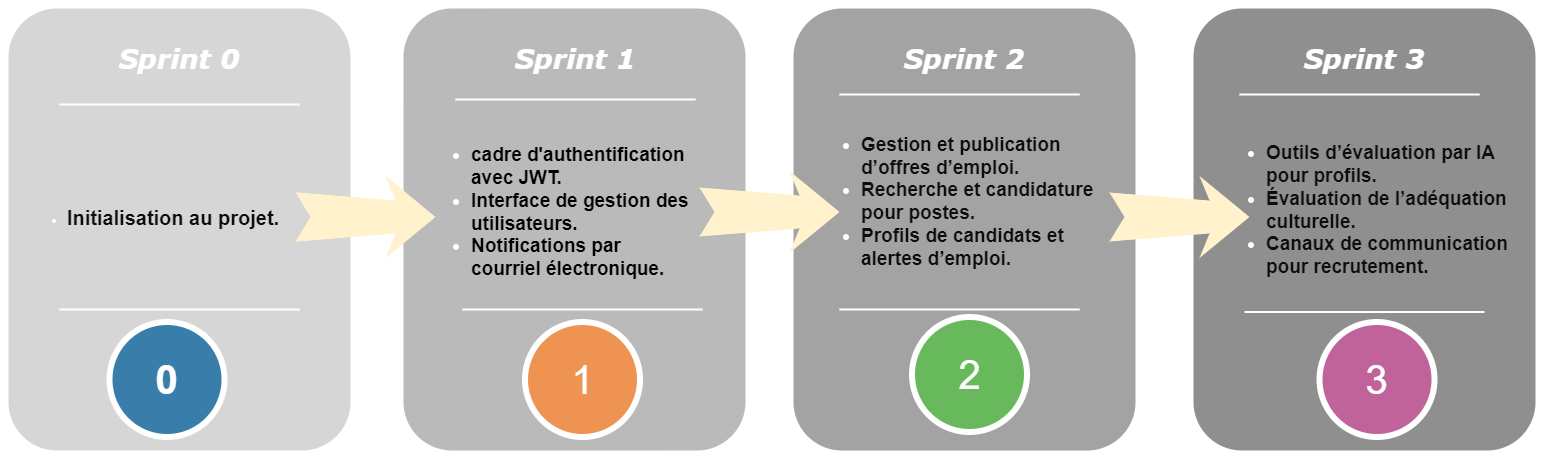
This is sprints.png from chirine1/-project, a draw.io export, as it was before one commit. Source tidied: cells renumbered, new cells last; positions are measured from the earlier drawing's top-left corner, leaving out a move shared by most shapes. Source of this version:
```xml
<mxGraphModel>
  <root>
    <mxCell id="0" />
    <mxCell id="1" parent="0" />
    <mxCell id="2" style="whiteSpace=wrap;html=1;rounded=1;shadow=0;strokeWidth=8;fontSize=20;align=center;fillColor=#D6D6D6;strokeColor=#FFFFFF;" parent="1" vertex="1">
      <mxGeometry width="350" height="450" as="geometry" />
    </mxCell>
    <mxCell id="3" value="&lt;blockquote&gt;&lt;font face=&quot;Verdana&quot;&gt;&lt;i&gt;Sprint 0&lt;/i&gt;&lt;/font&gt;&lt;/blockquote&gt;" style="text;html=1;strokeColor=none;fillColor=none;align=center;verticalAlign=middle;whiteSpace=wrap;rounded=0;shadow=0;fontSize=27;fontColor=#FFFFFF;fontStyle=1;" parent="1" vertex="1">
      <mxGeometry x="35" y="25" width="280" height="60" as="geometry" />
    </mxCell>
    <mxCell id="4" value="&lt;ul&gt;&lt;li&gt;&lt;span style=&quot;background-color: initial;&quot;&gt;&lt;font color=&quot;#0d0d0d&quot; style=&quot;font-size: 20px;&quot;&gt;&lt;b&gt;Initialisation au projet.&lt;/b&gt;&lt;/font&gt;&lt;/span&gt;&lt;/li&gt;&lt;/ul&gt;" style="text;html=1;strokeColor=none;fillColor=none;align=center;verticalAlign=middle;whiteSpace=wrap;rounded=0;shadow=0;fontSize=14;fontColor=#FFFFFF;" parent="1" vertex="1">
      <mxGeometry x="16" y="180" width="266" height="65" as="geometry" />
    </mxCell>
    <mxCell id="5" style="line;strokeWidth=2;html=1;rounded=0;shadow=0;fontSize=27;align=center;fillColor=none;strokeColor=#FFFFFF;" parent="1" vertex="1">
      <mxGeometry x="55" y="95" width="240" height="10" as="geometry" />
    </mxCell>
    <mxCell id="6" style="line;strokeWidth=2;html=1;rounded=0;shadow=0;fontSize=27;align=center;fillColor=none;strokeColor=#FFFFFF;" parent="1" vertex="1">
      <mxGeometry x="55" y="300" width="240" height="10" as="geometry" />
    </mxCell>
    <mxCell id="7" style="whiteSpace=wrap;html=1;rounded=1;shadow=0;strokeWidth=8;fontSize=20;align=center;fillColor=#BABABA;strokeColor=#FFFFFF;" parent="1" vertex="1">
      <mxGeometry x="395" width="350" height="450" as="geometry" />
    </mxCell>
    <mxCell id="8" value="&lt;font face=&quot;Verdana&quot;&gt;&lt;i&gt;Sprint 1&lt;/i&gt;&lt;/font&gt;" style="text;html=1;strokeColor=none;fillColor=none;align=center;verticalAlign=middle;whiteSpace=wrap;rounded=0;shadow=0;fontSize=27;fontColor=#FFFFFF;fontStyle=1;" parent="1" vertex="1">
      <mxGeometry x="458" y="20" width="226" height="70" as="geometry" />
    </mxCell>
    <mxCell id="9" value="&lt;div style=&quot;font-size: 19px;&quot;&gt;&lt;ul&gt;&lt;li&gt;&lt;font style=&quot;font-size: 19px;&quot; color=&quot;#030000&quot;&gt;&lt;b&gt;cadre d'authentification avec JWT.&lt;/b&gt;&lt;/font&gt;&lt;/li&gt;&lt;li&gt;&lt;font style=&quot;font-size: 19px;&quot; color=&quot;#030000&quot;&gt;&lt;b&gt;Interface de gestion des utilisateurs.&lt;/b&gt;&lt;/font&gt;&lt;/li&gt;&lt;li&gt;&lt;font style=&quot;font-size: 19px;&quot; color=&quot;#030000&quot;&gt;&lt;b&gt;Notifications par courriel électronique.&lt;/b&gt;&lt;/font&gt;&lt;/li&gt;&lt;/ul&gt;&lt;/div&gt;" style="text;html=1;strokeColor=none;fillColor=none;align=left;verticalAlign=middle;whiteSpace=wrap;rounded=0;shadow=0;fontSize=14;fontColor=#FFFFFF;" parent="1" vertex="1">
      <mxGeometry x="425" y="112.5" width="266" height="190" as="geometry" />
    </mxCell>
    <mxCell id="10" style="line;strokeWidth=2;html=1;rounded=0;shadow=0;fontSize=27;align=center;fillColor=none;strokeColor=#FFFFFF;" parent="1" vertex="1">
      <mxGeometry x="451" y="90" width="240" height="10" as="geometry" />
    </mxCell>
    <mxCell id="11" style="line;strokeWidth=2;html=1;rounded=0;shadow=0;fontSize=27;align=center;fillColor=none;strokeColor=#FFFFFF;" parent="1" vertex="1">
      <mxGeometry x="458" y="300" width="240" height="10" as="geometry" />
    </mxCell>
    <mxCell id="12" value="&lt;h1&gt;&lt;font style=&quot;font-size: 40px;&quot;&gt;0&lt;/font&gt;&lt;/h1&gt;" style="ellipse;whiteSpace=wrap;html=1;rounded=0;shadow=0;strokeWidth=6;fontSize=14;align=center;fillColor=#397DAA;strokeColor=#FFFFFF;fontColor=#FFFFFF;" parent="1" vertex="1">
      <mxGeometry x="105" y="317.5" width="115" height="115" as="geometry" />
    </mxCell>
    <mxCell id="13" style="html=1;shadow=0;dashed=0;align=center;verticalAlign=middle;shape=mxgraph.arrows2.stylisedArrow;dy=0.6;dx=40;notch=15;feather=0.4;rounded=0;strokeWidth=1;fontSize=27;strokeColor=none;fillColor=#fff2cc;" parent="1" vertex="1">
      <mxGeometry x="291" y="171.2" width="140" height="82.5" as="geometry" />
    </mxCell>
    <mxCell id="14" style="whiteSpace=wrap;html=1;rounded=1;shadow=0;strokeWidth=8;fontSize=20;align=center;fillColor=#A3A3A3;strokeColor=#FFFFFF;" parent="1" vertex="1">
      <mxGeometry x="785" width="350" height="450" as="geometry" />
    </mxCell>
    <mxCell id="15" value="&lt;font face=&quot;Verdana&quot;&gt;&lt;i&gt;Sprint 2&lt;/i&gt;&lt;/font&gt;" style="text;html=1;strokeColor=none;fillColor=none;align=center;verticalAlign=middle;whiteSpace=wrap;rounded=0;shadow=0;fontSize=27;fontColor=#FFFFFF;fontStyle=1;" parent="1" vertex="1">
      <mxGeometry x="820" y="25" width="280" height="60" as="geometry" />
    </mxCell>
    <mxCell id="16" value="&lt;div style=&quot;font-size: 19px;&quot;&gt;&lt;ul&gt;&lt;li&gt;&lt;b style=&quot;color: rgb(13, 13, 13); background-color: initial;&quot;&gt;Gestion et publication d’offres d’emploi.&lt;/b&gt;&lt;/li&gt;&lt;li&gt;&lt;font color=&quot;#0d0d0d&quot; style=&quot;font-size: 19px;&quot;&gt;&lt;b&gt;Recherche et candidature pour postes.&lt;/b&gt;&lt;/font&gt;&lt;/li&gt;&lt;li&gt;&lt;font color=&quot;#0d0d0d&quot; style=&quot;font-size: 19px;&quot;&gt;&lt;b&gt;Profils de candidats et alertes d’emploi.&lt;/b&gt;&lt;/font&gt;&lt;/li&gt;&lt;/ul&gt;&lt;/div&gt;&lt;div style=&quot;font-size: 19px;&quot;&gt;&lt;br&gt;&lt;/div&gt;" style="text;html=1;strokeColor=none;fillColor=none;align=left;verticalAlign=middle;whiteSpace=wrap;rounded=0;shadow=0;fontSize=14;fontColor=#FFFFFF;" parent="1" vertex="1">
      <mxGeometry x="815" y="132.5" width="300" height="152.5" as="geometry" />
    </mxCell>
    <mxCell id="17" style="line;strokeWidth=2;html=1;rounded=0;shadow=0;fontSize=27;align=center;fillColor=none;strokeColor=#FFFFFF;" parent="1" vertex="1">
      <mxGeometry x="835" y="85" width="240" height="10" as="geometry" />
    </mxCell>
    <mxCell id="18" style="line;strokeWidth=2;html=1;rounded=0;shadow=0;fontSize=27;align=center;fillColor=none;strokeColor=#FFFFFF;" parent="1" vertex="1">
      <mxGeometry x="835" y="300" width="240" height="10" as="geometry" />
    </mxCell>
    <mxCell id="19" value="&lt;font style=&quot;font-size: 40px;&quot;&gt;1&lt;/font&gt;" style="ellipse;whiteSpace=wrap;html=1;rounded=0;shadow=0;strokeWidth=6;fontSize=14;align=center;fillColor=#EF9353;strokeColor=#FFFFFF;fontColor=#FFFFFF;" parent="1" vertex="1">
      <mxGeometry x="520.5" y="317.5" width="115" height="115" as="geometry" />
    </mxCell>
    <mxCell id="20" style="html=1;shadow=0;dashed=0;align=center;verticalAlign=middle;shape=mxgraph.arrows2.stylisedArrow;dy=0.6;dx=40;notch=15;feather=0.4;rounded=0;strokeWidth=1;fontSize=27;strokeColor=none;fillColor=#fff2cc;" parent="1" vertex="1">
      <mxGeometry x="695" y="166.5" width="140" height="82" as="geometry" />
    </mxCell>
    <mxCell id="21" style="whiteSpace=wrap;html=1;rounded=1;shadow=0;strokeWidth=8;fontSize=20;align=center;fillColor=#8F8F8F;strokeColor=#FFFFFF;" parent="1" vertex="1">
      <mxGeometry x="1185" width="350" height="450" as="geometry" />
    </mxCell>
    <mxCell id="22" value="&lt;font face=&quot;Verdana&quot;&gt;&lt;i&gt;Sprint 3&lt;/i&gt;&lt;/font&gt;" style="text;html=1;strokeColor=none;fillColor=none;align=center;verticalAlign=middle;whiteSpace=wrap;rounded=0;shadow=0;fontSize=27;fontColor=#FFFFFF;fontStyle=1;" parent="1" vertex="1">
      <mxGeometry x="1220" y="25" width="280" height="60" as="geometry" />
    </mxCell>
    <mxCell id="23" value="&lt;div style=&quot;font-size: 19px;&quot;&gt;&lt;ul&gt;&lt;li&gt;&lt;font color=&quot;#0d0d0d&quot; style=&quot;font-size: 19px;&quot;&gt;&lt;b&gt;Outils d’évaluation par IA pour profils.&lt;/b&gt;&lt;/font&gt;&lt;/li&gt;&lt;li&gt;&lt;font color=&quot;#0d0d0d&quot; style=&quot;font-size: 19px;&quot;&gt;&lt;b&gt;Évaluation de l’adéquation culturelle.&lt;/b&gt;&lt;/font&gt;&lt;/li&gt;&lt;li&gt;&lt;font color=&quot;#0d0d0d&quot; style=&quot;font-size: 19px;&quot;&gt;&lt;b&gt;Canaux de communication pour recrutement.&lt;/b&gt;&lt;/font&gt;&lt;/li&gt;&lt;/ul&gt;&lt;/div&gt;" style="text;html=1;strokeColor=none;fillColor=none;align=left;verticalAlign=middle;whiteSpace=wrap;rounded=0;shadow=0;fontSize=14;fontColor=#FFFFFF;" parent="1" vertex="1">
      <mxGeometry x="1220" y="83.8" width="290" height="245" as="geometry" />
    </mxCell>
    <mxCell id="24" style="line;strokeWidth=2;html=1;rounded=0;shadow=0;fontSize=27;align=center;fillColor=none;strokeColor=#FFFFFF;" parent="1" vertex="1">
      <mxGeometry x="1235" y="85" width="240" height="10" as="geometry" />
    </mxCell>
    <mxCell id="25" style="line;strokeWidth=2;html=1;rounded=0;shadow=0;fontSize=27;align=center;fillColor=none;strokeColor=#FFFFFF;" parent="1" vertex="1">
      <mxGeometry x="1240" y="302.5" width="240" height="10" as="geometry" />
    </mxCell>
    <mxCell id="26" value="&lt;font style=&quot;font-size: 40px;&quot;&gt;2&lt;/font&gt;" style="ellipse;whiteSpace=wrap;html=1;rounded=0;shadow=0;strokeWidth=6;fontSize=14;align=center;fillColor=#68B85C;strokeColor=#FFFFFF;fontColor=#FFFFFF;" parent="1" vertex="1">
      <mxGeometry x="907.5" y="312.5" width="115" height="115" as="geometry" />
    </mxCell>
    <mxCell id="27" style="html=1;shadow=0;dashed=0;align=center;verticalAlign=middle;shape=mxgraph.arrows2.stylisedArrow;dy=0.6;dx=40;notch=15;feather=0.4;rounded=0;strokeWidth=1;fontSize=27;strokeColor=none;fillColor=#fff2cc;" parent="1" vertex="1">
      <mxGeometry x="1105" y="171.5" width="140" height="82" as="geometry" />
    </mxCell>
    <mxCell id="28" value="&lt;font style=&quot;font-size: 40px;&quot;&gt;3&lt;/font&gt;" style="ellipse;whiteSpace=wrap;html=1;rounded=0;shadow=0;strokeWidth=6;fontSize=14;align=center;fillColor=#BF639A;strokeColor=#FFFFFF;fontColor=#FFFFFF;" parent="1" vertex="1">
      <mxGeometry x="1315" y="317.5" width="115" height="115" as="geometry" />
    </mxCell>
  </root>
</mxGraphModel>
```
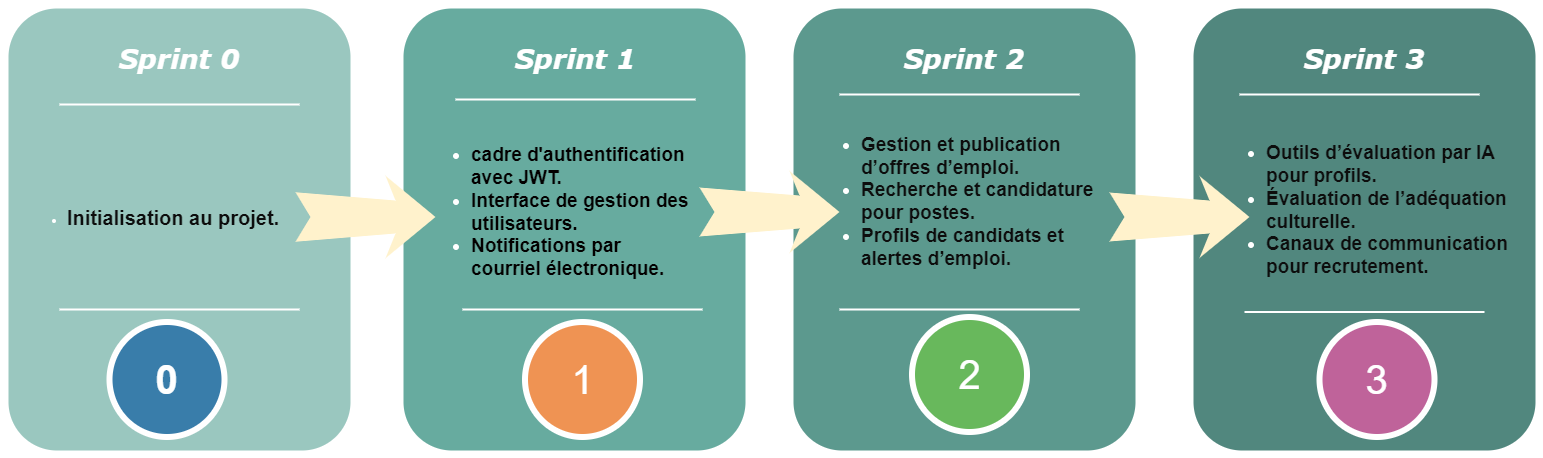
After the change.

Commit message:
Mettre à jour sprints.png

What changed in the source:
```diff
@@ -2,7 +2,7 @@
   <root>
     <mxCell id="0" />
     <mxCell id="1" parent="0" />
-    <mxCell id="2" style="whiteSpace=wrap;html=1;rounded=1;shadow=0;strokeWidth=8;fontSize=20;align=center;fillColor=#D6D6D6;strokeColor=#FFFFFF;" parent="1" vertex="1">
+    <mxCell id="2" style="whiteSpace=wrap;html=1;rounded=1;shadow=0;strokeWidth=8;fontSize=20;align=center;fillColor=#9AC7BF;strokeColor=#FFFFFF;" parent="1" vertex="1">
       <mxGeometry width="350" height="450" as="geometry" />
     </mxCell>
     <mxCell id="3" value="&lt;blockquote&gt;&lt;font face=&quot;Verdana&quot;&gt;&lt;i&gt;Sprint 0&lt;/i&gt;&lt;/font&gt;&lt;/blockquote&gt;" style="text;html=1;strokeColor=none;fillColor=none;align=center;verticalAlign=middle;whiteSpace=wrap;rounded=0;shadow=0;fontSize=27;fontColor=#FFFFFF;fontStyle=1;" parent="1" vertex="1">
@@ -17,7 +17,7 @@
     <mxCell id="6" style="line;strokeWidth=2;html=1;rounded=0;shadow=0;fontSize=27;align=center;fillColor=none;strokeColor=#FFFFFF;" parent="1" vertex="1">
       <mxGeometry x="55" y="300" width="240" height="10" as="geometry" />
     </mxCell>
-    <mxCell id="7" style="whiteSpace=wrap;html=1;rounded=1;shadow=0;strokeWidth=8;fontSize=20;align=center;fillColor=#BABABA;strokeColor=#FFFFFF;" parent="1" vertex="1">
+    <mxCell id="7" style="whiteSpace=wrap;html=1;rounded=1;shadow=0;strokeWidth=8;fontSize=20;align=center;fillColor=#67AB9F;strokeColor=#FFFFFF;" parent="1" vertex="1">
       <mxGeometry x="395" width="350" height="450" as="geometry" />
     </mxCell>
     <mxCell id="8" value="&lt;font face=&quot;Verdana&quot;&gt;&lt;i&gt;Sprint 1&lt;/i&gt;&lt;/font&gt;" style="text;html=1;strokeColor=none;fillColor=none;align=center;verticalAlign=middle;whiteSpace=wrap;rounded=0;shadow=0;fontSize=27;fontColor=#FFFFFF;fontStyle=1;" parent="1" vertex="1">
@@ -38,7 +38,7 @@
     <mxCell id="13" style="html=1;shadow=0;dashed=0;align=center;verticalAlign=middle;shape=mxgraph.arrows2.stylisedArrow;dy=0.6;dx=40;notch=15;feather=0.4;rounded=0;strokeWidth=1;fontSize=27;strokeColor=none;fillColor=#fff2cc;" parent="1" vertex="1">
       <mxGeometry x="291" y="171.2" width="140" height="82.5" as="geometry" />
     </mxCell>
-    <mxCell id="14" style="whiteSpace=wrap;html=1;rounded=1;shadow=0;strokeWidth=8;fontSize=20;align=center;fillColor=#A3A3A3;strokeColor=#FFFFFF;" parent="1" vertex="1">
+    <mxCell id="14" style="whiteSpace=wrap;html=1;rounded=1;shadow=0;strokeWidth=8;fontSize=20;align=center;fillColor=#5C998E;strokeColor=#FFFFFF;" parent="1" vertex="1">
       <mxGeometry x="785" width="350" height="450" as="geometry" />
     </mxCell>
     <mxCell id="15" value="&lt;font face=&quot;Verdana&quot;&gt;&lt;i&gt;Sprint 2&lt;/i&gt;&lt;/font&gt;" style="text;html=1;strokeColor=none;fillColor=none;align=center;verticalAlign=middle;whiteSpace=wrap;rounded=0;shadow=0;fontSize=27;fontColor=#FFFFFF;fontStyle=1;" parent="1" vertex="1">
@@ -59,7 +59,7 @@
     <mxCell id="20" style="html=1;shadow=0;dashed=0;align=center;verticalAlign=middle;shape=mxgraph.arrows2.stylisedArrow;dy=0.6;dx=40;notch=15;feather=0.4;rounded=0;strokeWidth=1;fontSize=27;strokeColor=none;fillColor=#fff2cc;" parent="1" vertex="1">
       <mxGeometry x="695" y="166.5" width="140" height="82" as="geometry" />
     </mxCell>
-    <mxCell id="21" style="whiteSpace=wrap;html=1;rounded=1;shadow=0;strokeWidth=8;fontSize=20;align=center;fillColor=#8F8F8F;strokeColor=#FFFFFF;" parent="1" vertex="1">
+    <mxCell id="21" style="whiteSpace=wrap;html=1;rounded=1;shadow=0;strokeWidth=8;fontSize=20;align=center;fillColor=#51877E;strokeColor=#FFFFFF;" parent="1" vertex="1">
       <mxGeometry x="1185" width="350" height="450" as="geometry" />
     </mxCell>
     <mxCell id="22" value="&lt;font face=&quot;Verdana&quot;&gt;&lt;i&gt;Sprint 3&lt;/i&gt;&lt;/font&gt;" style="text;html=1;strokeColor=none;fillColor=none;align=center;verticalAlign=middle;whiteSpace=wrap;rounded=0;shadow=0;fontSize=27;fontColor=#FFFFFF;fontStyle=1;" parent="1" vertex="1">
```
